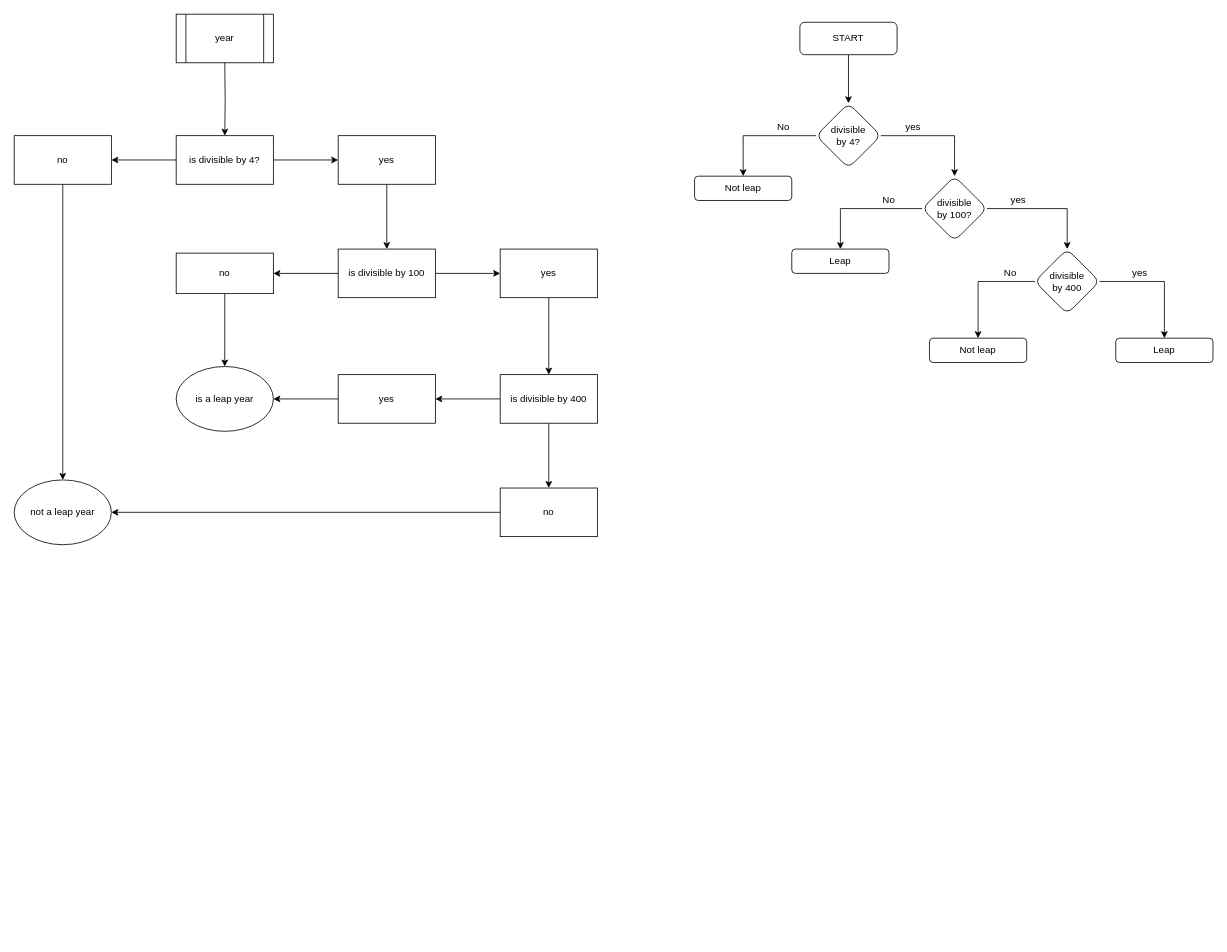
brunopinheiroeu/diagrams keeps this draw.io diagram as Untitled Diagram.drawio. Above is the earlier version. Source tidied: cells renumbered, new cells numbered last; positions are measured from the earlier drawing's top-left corner, leaving out a move shared by most shapes. Both pictures are drawn from the tidied source at 81%, with x=0, y=0 at pixel (14, 14).
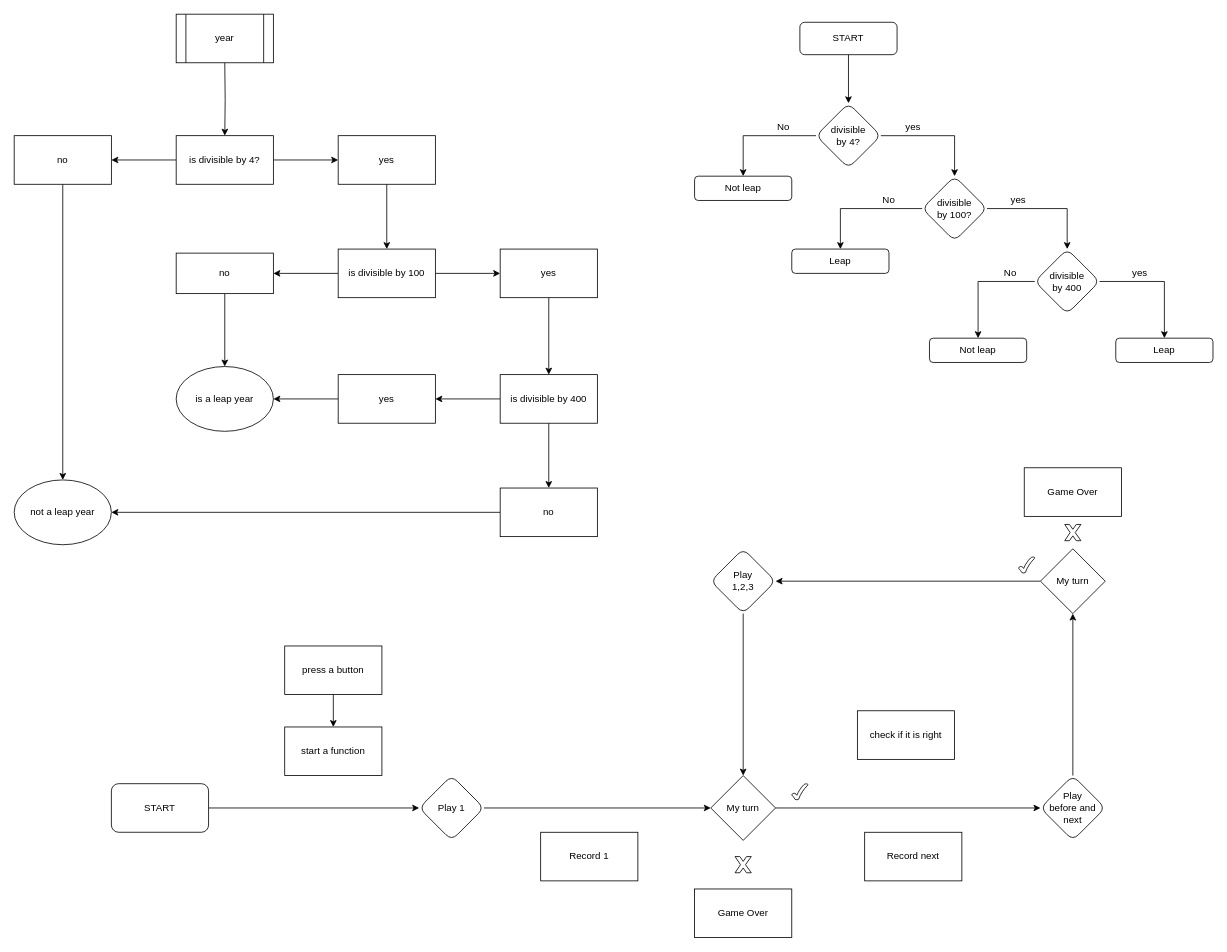
After the change.

Diff of the diagram source:
```diff
@@
+    <mxCell id="48" style="edgeStyle=orthogonalEdgeStyle;rounded=0;jettySize=auto;html=1;" parent="1" edge="1" source="49" target="51">
+      <mxGeometry relative="1" as="geometry" />
+    </mxCell>
+    <mxCell id="49" value="START" style="rounded=1;whiteSpace=wrap;html=1;" parent="1" vertex="1">
+      <mxGeometry x="120" y="950" width="120" height="60" as="geometry" />
+    </mxCell>
+    <mxCell id="50" style="edgeStyle=orthogonalEdgeStyle;rounded=0;jettySize=auto;html=1;" parent="1" edge="1" source="56" target="53">
+      <mxGeometry relative="1" as="geometry" />
+    </mxCell>
+    <mxCell id="51" value="Play 1" style="rhombus;whiteSpace=wrap;html=1;rounded=1;" parent="1" vertex="1">
+      <mxGeometry x="500" y="940" width="80" height="80" as="geometry" />
+    </mxCell>
+    <mxCell id="52" style="edgeStyle=orthogonalEdgeStyle;rounded=0;jettySize=auto;html=1;" parent="1" edge="1" source="58" target="55">
+      <mxGeometry relative="1" as="geometry" />
+    </mxCell>
+    <mxCell id="53" value="Play &lt;br&gt;before&amp;nbsp;and next" style="rhombus;whiteSpace=wrap;html=1;rounded=1;" parent="1" vertex="1">
+      <mxGeometry x="1267" y="940" width="80" height="80" as="geometry" />
+    </mxCell>
+    <mxCell id="54" style="edgeStyle=orthogonalEdgeStyle;rounded=0;jettySize=auto;html=1;exitX=0.5;exitY=1;exitDx=0;exitDy=0;entryX=0.5;entryY=0;entryDx=0;entryDy=0;" parent="1" edge="1" source="55" target="56">
+      <mxGeometry relative="1" as="geometry" />
+    </mxCell>
+    <mxCell id="55" value="Play&lt;br&gt;1,2,3" style="rhombus;whiteSpace=wrap;html=1;rounded=1;" parent="1" vertex="1">
+      <mxGeometry x="860" y="660" width="80" height="80" as="geometry" />
+    </mxCell>
+    <mxCell id="56" value="My turn" style="rhombus;whiteSpace=wrap;html=1;" parent="1" vertex="1">
+      <mxGeometry x="860" y="940" width="80" height="80" as="geometry" />
+    </mxCell>
+    <mxCell id="57" style="edgeStyle=orthogonalEdgeStyle;rounded=0;jettySize=auto;html=1;" parent="1" edge="1" source="51" target="56">
+      <mxGeometry relative="1" as="geometry" />
+    </mxCell>
+    <mxCell id="58" value="My turn" style="rhombus;whiteSpace=wrap;html=1;" parent="1" vertex="1">
+      <mxGeometry x="1267" y="660" width="80" height="80" as="geometry" />
+    </mxCell>
+    <mxCell id="59" style="edgeStyle=orthogonalEdgeStyle;rounded=0;jettySize=auto;html=1;" parent="1" edge="1" source="53" target="58">
+      <mxGeometry relative="1" as="geometry" />
+    </mxCell>
+    <mxCell id="60" value="Game Over" style="whiteSpace=wrap;html=1;" parent="1" vertex="1">
+      <mxGeometry x="840" y="1080" width="120" height="60" as="geometry" />
+    </mxCell>
+    <mxCell id="61" style="verticalLabelPosition=bottom;verticalAlign=top;html=1;shape=mxgraph.basic.x;" parent="1" vertex="1">
+      <mxGeometry x="890" y="1040" width="20" height="20" as="geometry" />
+    </mxCell>
+    <mxCell id="62" style="verticalLabelPosition=bottom;verticalAlign=top;html=1;shape=mxgraph.basic.tick;" parent="1" vertex="1">
+      <mxGeometry x="960" y="950" width="20" height="20" as="geometry" />
+    </mxCell>
+    <mxCell id="63" style="edgeStyle=orthogonalEdgeStyle;rounded=0;jettySize=auto;html=1;" parent="1" edge="1" source="64" target="65">
+      <mxGeometry relative="1" as="geometry" />
+    </mxCell>
+    <mxCell id="64" value="press a button" style="whiteSpace=wrap;html=1;" parent="1" vertex="1">
+      <mxGeometry x="334" y="780" width="120" height="60" as="geometry" />
+    </mxCell>
+    <mxCell id="65" value="start a function" style="whiteSpace=wrap;html=1;" parent="1" vertex="1">
+      <mxGeometry x="334" y="880" width="120" height="60" as="geometry" />
+    </mxCell>
+    <mxCell id="66" value="Record 1" style="whiteSpace=wrap;html=1;" parent="1" vertex="1">
+      <mxGeometry x="650" y="1010" width="120" height="60" as="geometry" />
+    </mxCell>
+    <mxCell id="67" value="check if it is right" style="whiteSpace=wrap;html=1;" parent="1" vertex="1">
+      <mxGeometry x="1041" y="860" width="120" height="60" as="geometry" />
+    </mxCell>
+    <mxCell id="68" value="Record next" style="whiteSpace=wrap;html=1;" parent="1" vertex="1">
+      <mxGeometry x="1050" y="1010" width="120" height="60" as="geometry" />
+    </mxCell>
+    <mxCell id="69" style="edgeStyle=orthogonalEdgeStyle;rounded=0;orthogonalLoop=1;jettySize=auto;html=1;exitX=0.5;exitY=1;exitDx=0;exitDy=0;" parent="1" edge="1" source="66" target="66">
+      <mxGeometry relative="1" as="geometry" />
+    </mxCell>
+    <mxCell id="70" style="verticalLabelPosition=bottom;verticalAlign=top;html=1;shape=mxgraph.basic.x;" parent="1" vertex="1">
+      <mxGeometry x="1297" y="630" width="20" height="20" as="geometry" />
+    </mxCell>
+    <mxCell id="71" style="verticalLabelPosition=bottom;verticalAlign=top;html=1;shape=mxgraph.basic.tick;" parent="1" vertex="1">
+      <mxGeometry x="1240" y="670" width="20" height="20" as="geometry" />
+    </mxCell>
+    <mxCell id="72" value="Game Over" style="whiteSpace=wrap;html=1;" parent="1" vertex="1">
+      <mxGeometry x="1247" y="560" width="120" height="60" as="geometry" />
+    </mxCell>
```
